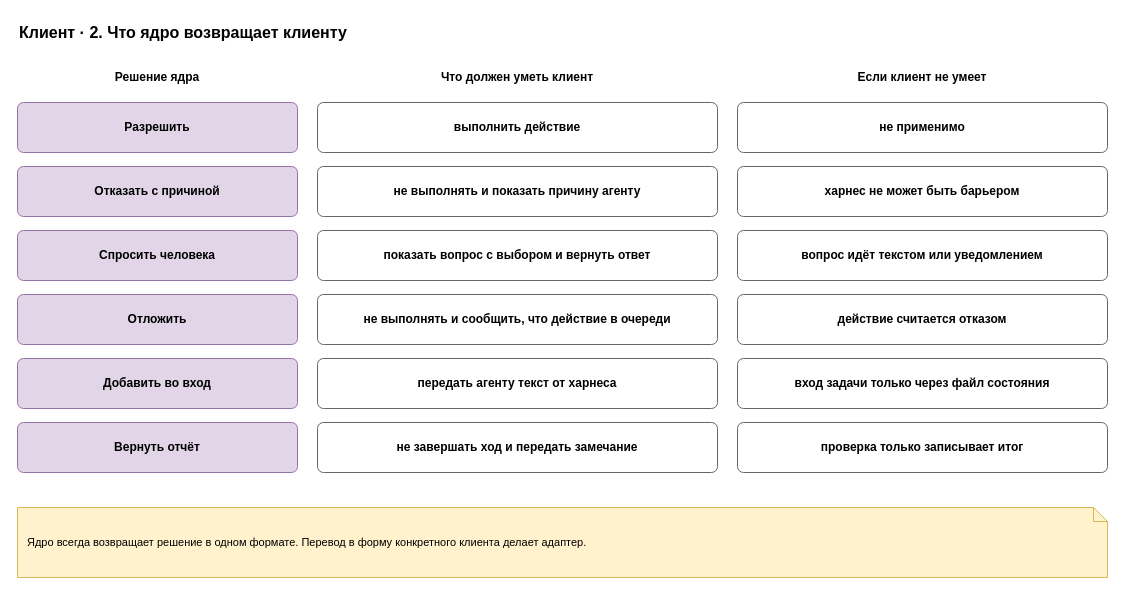
Above: page "21. Решения" (21 of 24) of docs/spec/harness-spec.drawio in roygkov/reins (draw.io), before the change. Source tidied: cells renumbered, new cells numbered last; positions are measured from the earlier drawing's top-left corner, leaving out a move shared by most shapes. Both pictures are drawn from the tidied source at 100%, with x=0, y=0 at pixel (17, 17).
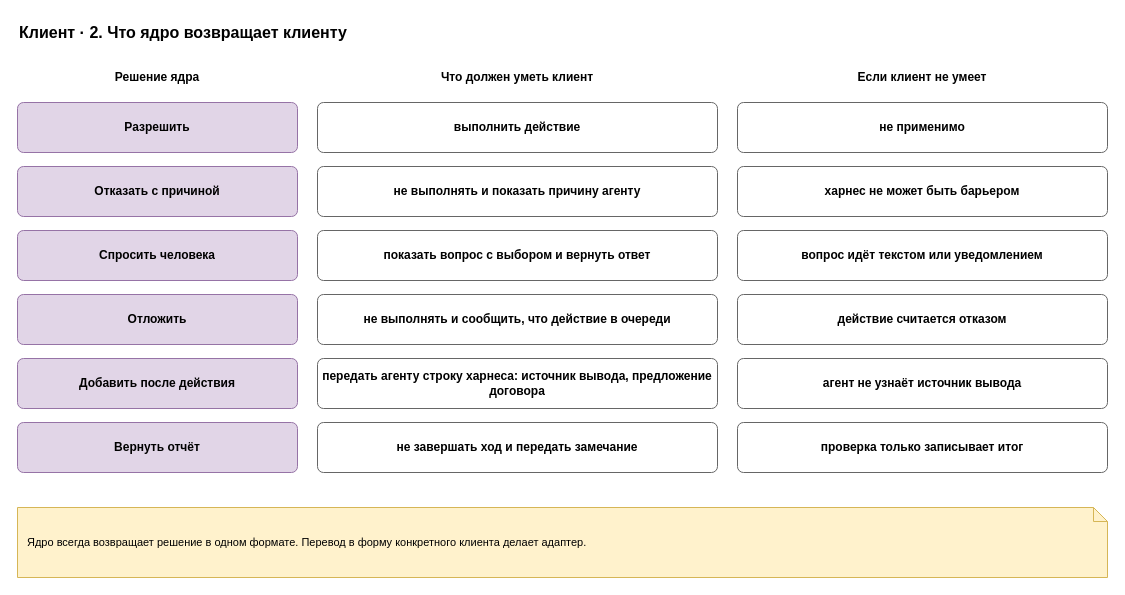
The same page after the edit.

Diff of the diagram source:
```diff
@@
-    <mxCell id="18" value="&lt;b&gt;Добавить во вход&lt;/b&gt;" style="rounded=1;whiteSpace=wrap;html=1;fillColor=#e1d5e7;strokeColor=#9673a6;arcSize=12;" parent="1" vertex="1">
+    <mxCell id="18" value="&lt;b&gt;Добавить после действия&lt;/b&gt;" style="rounded=1;whiteSpace=wrap;html=1;fillColor=#e1d5e7;strokeColor=#9673a6;arcSize=12;" parent="1" vertex="1">
       <mxGeometry y="341" width="280" height="50" as="geometry" />
     </mxCell>
-    <mxCell id="19" value="&lt;b&gt;передать агенту текст от харнеса&lt;/b&gt;" style="rounded=1;whiteSpace=wrap;html=1;fillColor=#ffffff;strokeColor=#666666;arcSize=12;fontStyle=0;" parent="1" vertex="1">
+    <mxCell id="19" value="&lt;b&gt;передать агенту строку харнеса: источник вывода, предложение договора&lt;/b&gt;" style="rounded=1;whiteSpace=wrap;html=1;fillColor=#ffffff;strokeColor=#666666;arcSize=12;fontStyle=0;" parent="1" vertex="1">
       <mxGeometry x="300" y="341" width="400" height="50" as="geometry" />
     </mxCell>
-    <mxCell id="20" value="&lt;b&gt;вход задачи только через файл состояния&lt;/b&gt;" style="rounded=1;whiteSpace=wrap;html=1;fillColor=#ffffff;strokeColor=#666666;arcSize=12;fontStyle=0;" parent="1" vertex="1">
+    <mxCell id="20" value="&lt;b&gt;агент не узнаёт источник вывода&lt;/b&gt;" style="rounded=1;whiteSpace=wrap;html=1;fillColor=#ffffff;strokeColor=#666666;arcSize=12;fontStyle=0;" parent="1" vertex="1">
       <mxGeometry x="720" y="341" width="370" height="50" as="geometry" />
     </mxCell>
```
